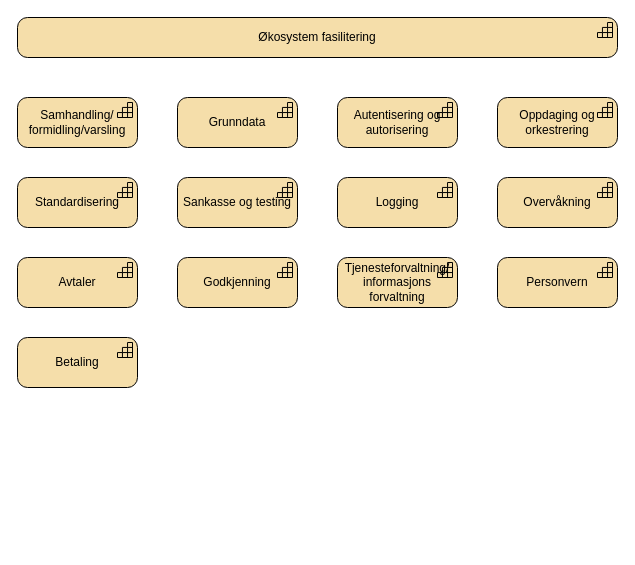
hdir/Digital-Forstelinje keeps this draw.io diagram as page "økosystem" (2 of 3) of docs/strategi/value-chain.drawio. Above is the earlier version. Source tidied: cells renumbered, new cells numbered last; positions are measured from the earlier drawing's top-left corner, leaving out a move shared by most shapes. Both pictures are drawn from the tidied source at 100%, with x=0, y=0 at pixel (17, 17).
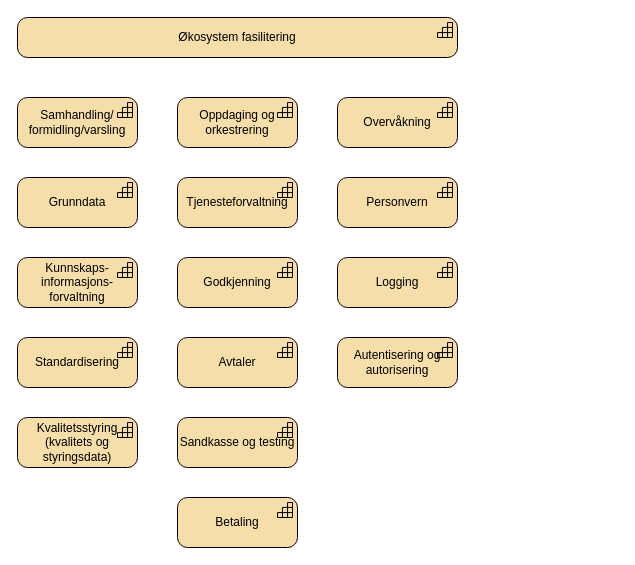
The same diagram, later.

Change to the diagram source:
```diff
@@
 <mxGraphModel>
   <root>
     <mxCell id="0" />
     <mxCell id="1" parent="0" />
     <mxCell id="2" value="Økosystem fasilitering" style="html=1;whiteSpace=wrap;fillColor=#F5DEAA;shape=mxgraph.archimate3.application;appType=capability;archiType=rounded;" parent="1" vertex="1">
-      <mxGeometry width="600" height="40" as="geometry" />
+      <mxGeometry width="440" height="40" as="geometry" />
     </mxCell>
     <mxCell id="3" value="Samhandling/ formidling/varsling" style="html=1;whiteSpace=wrap;fillColor=#F5DEAA;shape=mxgraph.archimate3.application;appType=capability;archiType=rounded;" parent="1" vertex="1">
       <mxGeometry y="80" width="120" height="50" as="geometry" />
     </mxCell>
     <mxCell id="4" value="Grunndata" style="html=1;whiteSpace=wrap;fillColor=#F5DEAA;shape=mxgraph.archimate3.application;appType=capability;archiType=rounded;" parent="1" vertex="1">
-      <mxGeometry x="160" y="80" width="120" height="50" as="geometry" />
+      <mxGeometry y="160" width="120" height="50" as="geometry" />
     </mxCell>
     <mxCell id="5" value="Godkjenning" style="html=1;whiteSpace=wrap;fillColor=#F5DEAA;shape=mxgraph.archimate3.application;appType=capability;archiType=rounded;" parent="1" vertex="1">
       <mxGeometry x="160" y="240" width="120" height="50" as="geometry" />
     </mxCell>
     <mxCell id="6" value="Betaling" style="html=1;whiteSpace=wrap;fillColor=#F5DEAA;shape=mxgraph.archimate3.application;appType=capability;archiType=rounded;" parent="1" vertex="1">
-      <mxGeometry y="320" width="120" height="50" as="geometry" />
+      <mxGeometry x="160" y="480" width="120" height="50" as="geometry" />
     </mxCell>
     <mxCell id="7" value="Avtaler" style="html=1;whiteSpace=wrap;fillColor=#F5DEAA;shape=mxgraph.archimate3.application;appType=capability;archiType=rounded;" parent="1" vertex="1">
-      <mxGeometry y="240" width="120" height="50" as="geometry" />
+      <mxGeometry x="160" y="320" width="120" height="50" as="geometry" />
     </mxCell>
     <mxCell id="8" value="Autentisering og autorisering" style="html=1;whiteSpace=wrap;fillColor=#F5DEAA;shape=mxgraph.archimate3.application;appType=capability;archiType=rounded;" parent="1" vertex="1">
-      <mxGeometry x="320" y="80" width="120" height="50" as="geometry" />
+      <mxGeometry x="320" y="320" width="120" height="50" as="geometry" />
     </mxCell>
     <mxCell id="9" value="Oppdaging og orkestrering" style="html=1;whiteSpace=wrap;fillColor=#F5DEAA;shape=mxgraph.archimate3.application;appType=capability;archiType=rounded;" parent="1" vertex="1">
-      <mxGeometry x="480" y="80" width="120" height="50" as="geometry" />
+      <mxGeometry x="160" y="80" width="120" height="50" as="geometry" />
     </mxCell>
-    <mxCell id="10" value="Sankasse og testing" style="html=1;whiteSpace=wrap;fillColor=#F5DEAA;shape=mxgraph.archimate3.application;appType=capability;archiType=rounded;" parent="1" vertex="1">
-      <mxGeometry x="160" y="160" width="120" height="50" as="geometry" />
+    <mxCell id="10" value="Sandkasse og testing" style="html=1;whiteSpace=wrap;fillColor=#F5DEAA;shape=mxgraph.archimate3.application;appType=capability;archiType=rounded;" parent="1" vertex="1">
+      <mxGeometry x="160" y="400" width="120" height="50" as="geometry" />
     </mxCell>
     <mxCell id="11" value="Logging" style="html=1;whiteSpace=wrap;fillColor=#F5DEAA;shape=mxgraph.archimate3.application;appType=capability;archiType=rounded;" parent="1" vertex="1">
-      <mxGeometry x="320" y="160" width="120" height="50" as="geometry" />
+      <mxGeometry x="320" y="240" width="120" height="50" as="geometry" />
     </mxCell>
-    <mxCell id="12" value="Tjenesteforvaltning/ informasjons forvaltning" style="html=1;whiteSpace=wrap;fillColor=#F5DEAA;shape=mxgraph.archimate3.application;appType=capability;archiType=rounded;" parent="1" vertex="1">
-      <mxGeometry x="320" y="240" width="120" height="50" as="geometry" />
+    <mxCell id="12" value="Tjenesteforvaltning" style="html=1;whiteSpace=wrap;fillColor=#F5DEAA;shape=mxgraph.archimate3.application;appType=capability;archiType=rounded;" parent="1" vertex="1">
+      <mxGeometry x="160" y="160" width="120" height="50" as="geometry" />
     </mxCell>
     <mxCell id="13" value="Standardisering" style="html=1;whiteSpace=wrap;fillColor=#F5DEAA;shape=mxgraph.archimate3.application;appType=capability;archiType=rounded;" parent="1" vertex="1">
-      <mxGeometry y="160" width="120" height="50" as="geometry" />
+      <mxGeometry y="320" width="120" height="50" as="geometry" />
     </mxCell>
     <mxCell id="14" value="Overvåkning" style="html=1;whiteSpace=wrap;fillColor=#F5DEAA;shape=mxgraph.archimate3.application;appType=capability;archiType=rounded;" parent="1" vertex="1">
-      <mxGeometry x="480" y="160" width="120" height="50" as="geometry" />
+      <mxGeometry x="320" y="80" width="120" height="50" as="geometry" />
     </mxCell>
     <mxCell id="15" value="Personvern" style="html=1;whiteSpace=wrap;fillColor=#F5DEAA;shape=mxgraph.archimate3.application;appType=capability;archiType=rounded;" parent="1" vertex="1">
-      <mxGeometry x="480" y="240" width="120" height="50" as="geometry" />
+      <mxGeometry x="320" y="160" width="120" height="50" as="geometry" />
     </mxCell>
+    <mxCell id="16" value="Kunnskaps- informasjons- forvaltning" style="html=1;whiteSpace=wrap;fillColor=#F5DEAA;shape=mxgraph.archimate3.application;appType=capability;archiType=rounded;" parent="1" vertex="1">
+      <mxGeometry y="240" width="120" height="50" as="geometry" />
+    </mxCell>
+    <mxCell id="17" value="Kvalitetsstyring (kvalitets og styringsdata)" style="html=1;whiteSpace=wrap;fillColor=#F5DEAA;shape=mxgraph.archimate3.application;appType=capability;archiType=rounded;" parent="1" vertex="1">
+      <mxGeometry y="400" width="120" height="50" as="geometry" />
+    </mxCell>
   </root>
 </mxGraphModel>
```
